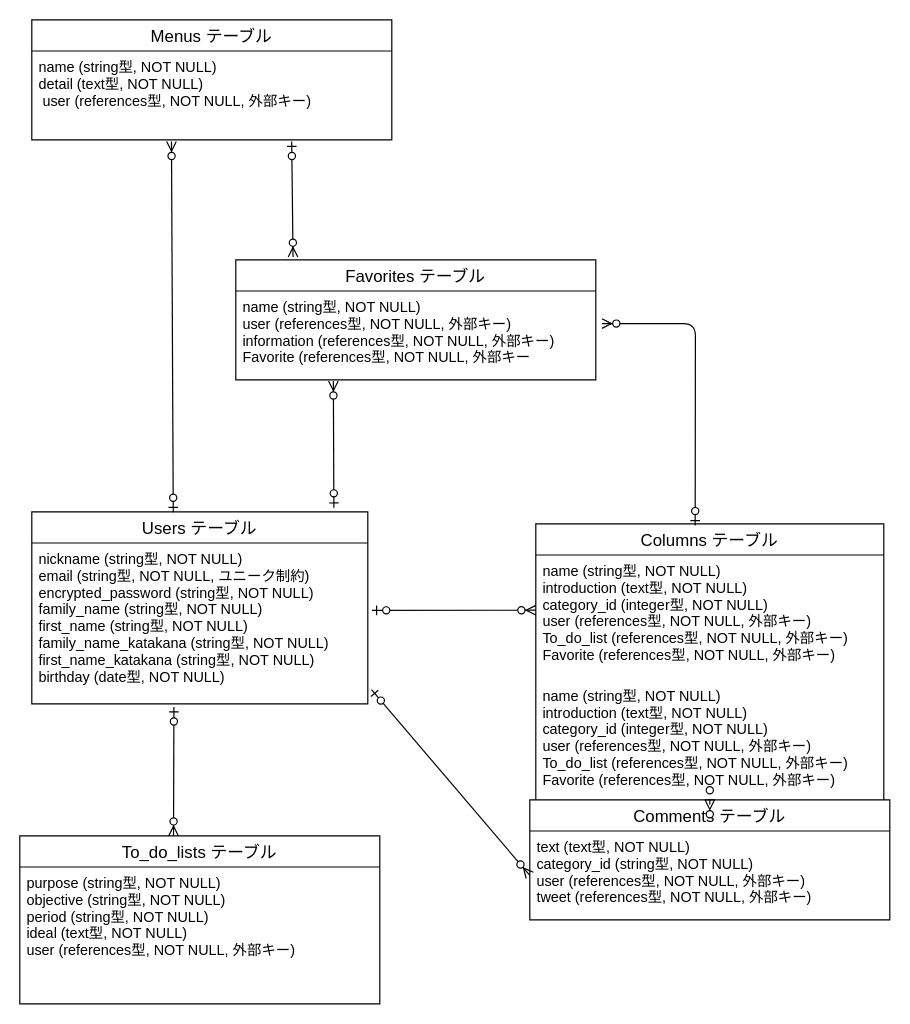
Katsu1001/will-fitness keeps this draw.io diagram as page "ページ2" (2 of 3) of will.dio. Above is the earlier version. Source tidied: cells renumbered, new cells numbered last; positions are measured from the earlier drawing's top-left corner, leaving out a move shared by most shapes. Both pictures are drawn from the tidied source at 120%, with x=0, y=0 at pixel (19, 19).
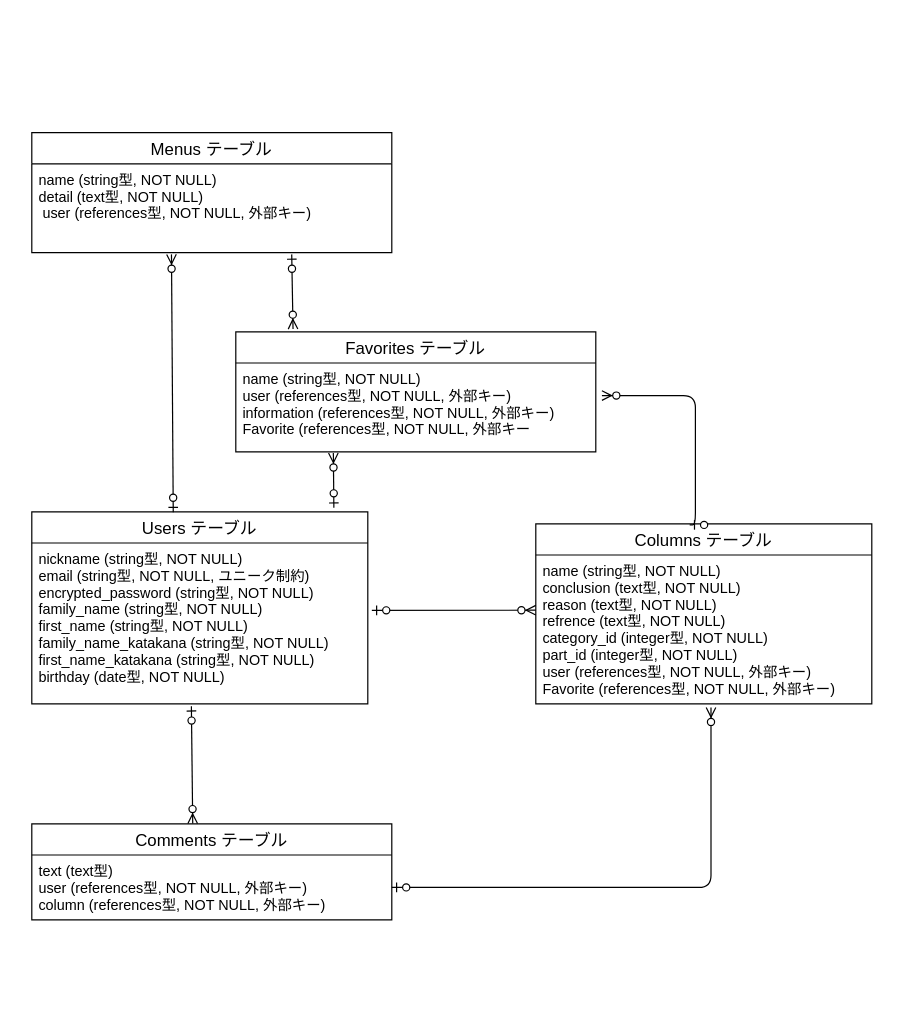
The same page after the edit.

Commit message (it also covers changes not shown here):
ER図とREADME.mdを編集

The change refers to these unchanged cells:
```xml
<mxCell id="2" style="group;" parent="1" vertex="1">
  <mxGeometry width="840" height="820" as="geometry" />
</mxCell>
<mxCell id="17" value="nickname (string型, NOT NULL)&#10;email (string型, NOT NULL, ユニーク制約)&#10;encrypted_password (string型, NOT NULL)&#10;family_name (string型, NOT NULL)&#10;first_name (string型, NOT NULL)&#10;family_name_katakana (string型, NOT NULL)&#10;first_name_katakana (string型, NOT NULL)&#10;birthday (date型, NOT NULL)" style="text;strokeColor=none;fillColor=none;spacingLeft=4;spacingRight=4;overflow=hidden;points=[[0,0.5],[1,0.5]];portConstraint=eastwest;fontSize=12;" parent="2" vertex="1">
  <mxGeometry x="10" y="436" width="280" height="134" as="geometry" />
</mxCell>
```

Change to the diagram source:
```diff
@@
     <mxCell id="3" value="Menus テーブル" style="swimlane;fontStyle=0;horizontal=1;startSize=26;align=center;fontSize=14;" parent="2" vertex="1">
-      <mxGeometry x="10" width="300" height="100" as="geometry" />
+      <mxGeometry x="10" y="94" width="300" height="100" as="geometry" />
     </mxCell>
-    <mxCell id="4" value="name (string型, NOT NULL)&#10;detail (text型, NOT NULL)&#10; user (references型, NOT NULL, 外部キー)" style="text;strokeColor=none;fillColor=none;spacingLeft=4;spacingRight=4;overflow=hidden;points=[[0,0.5],[1,0.5]];portConstraint=eastwest;fontSize=12;" parent="2" vertex="1">
-      <mxGeometry x="10" y="26" width="300" height="74" as="geometry" />
+    <mxCell id="4" value="name (string型, NOT NULL)&#10;detail (text型, NOT NULL)&#10; user (references型, NOT NULL, 外部キー)" style="text;strokeColor=none;fillColor=none;spacingLeft=4;spacingRight=4;overflow=hidden;points=[[0,0.5],[1,0.5]];portConstraint=eastwest;fontSize=12;" parent="3" vertex="1">
+      <mxGeometry y="26" width="300" height="74" as="geometry" />
     </mxCell>
     <mxCell id="5" value="Favorites テーブル" style="swimlane;fontStyle=0;horizontal=1;startSize=26;align=center;fontSize=14;" parent="2" vertex="1">
-      <mxGeometry x="180" y="200" width="300" height="100" as="geometry" />
+      <mxGeometry x="180" y="260" width="300" height="100" as="geometry" />
     </mxCell>
+    <mxCell id="16" value="name (string型, NOT NULL)&#10;user (references型, NOT NULL, 外部キー)&#10;information (references型, NOT NULL, 外部キー)&#10;Favorite (references型, NOT NULL, 外部キー " style="text;strokeColor=none;fillColor=none;spacingLeft=4;spacingRight=4;overflow=hidden;points=[[0,0.5],[1,0.5]];portConstraint=eastwest;fontSize=12;" parent="5" vertex="1">
+      <mxGeometry y="26" width="300" height="74" as="geometry" />
+    </mxCell>
@@
     <mxCell id="9" value="Columns テーブル" style="swimlane;fontStyle=0;horizontal=1;startSize=26;align=center;fontSize=14;" parent="2" vertex="1">
-      <mxGeometry x="430" y="420" width="290" height="234" as="geometry" />
+      <mxGeometry x="430" y="420" width="280" height="150" as="geometry" />
     </mxCell>
-    <mxCell id="10" value="name (string型, NOT NULL)&#10;introduction (text型, NOT NULL)&#10;category_id (integer型, NOT NULL)&#10;user (references型, NOT NULL, 外部キー)&#10;To_do_list (references型, NOT NULL, 外部キー)&#10;Favorite (references型, NOT NULL, 外部キー)" style="text;strokeColor=none;fillColor=none;spacingLeft=4;spacingRight=4;overflow=hidden;points=[[0,0.5],[1,0.5]];portConstraint=eastwest;fontSize=12;" parent="9" vertex="1">
-      <mxGeometry y="26" width="290" height="104" as="geometry" />
+    <mxCell id="10" value="name (string型, NOT NULL)&#10;conclusion (text型, NOT NULL)&#10;reason (text型, NOT NULL)&#10;refrence (text型, NOT NULL)&#10;category_id (integer型, NOT NULL)&#10;part_id (integer型, NOT NULL)&#10;user (references型, NOT NULL, 外部キー)&#10;Favorite (references型, NOT NULL, 外部キー)" style="text;strokeColor=none;fillColor=none;spacingLeft=4;spacingRight=4;overflow=hidden;points=[[0,0.5],[1,0.5]];portConstraint=eastwest;fontSize=12;" parent="9" vertex="1">
+      <mxGeometry y="26" width="280" height="124" as="geometry" />
     </mxCell>
-    <mxCell id="11" value="name (string型, NOT NULL)&#10;introduction (text型, NOT NULL)&#10;category_id (integer型, NOT NULL)&#10;user (references型, NOT NULL, 外部キー)&#10;To_do_list (references型, NOT NULL, 外部キー)&#10;Favorite (references型, NOT NULL, 外部キー)" style="text;strokeColor=none;fillColor=none;spacingLeft=4;spacingRight=4;overflow=hidden;points=[[0,0.5],[1,0.5]];portConstraint=eastwest;fontSize=12;" parent="9" vertex="1">
-      <mxGeometry y="130" width="290" height="104" as="geometry" />
-    </mxCell>
-    <mxCell id="12" value="To_do_lists テーブル" style="swimlane;fontStyle=0;horizontal=1;startSize=26;align=center;fontSize=14;" parent="2" vertex="1">
-      <mxGeometry y="680" width="300" height="140" as="geometry" />
-    </mxCell>
@@
-    <mxCell id="15" style="fontSize=12;html=1;endArrow=ERzeroToMany;startArrow=ERzeroToOne;exitX=0.423;exitY=1.02;exitDx=0;exitDy=0;exitPerimeter=0;entryX=0.427;entryY=0;entryDx=0;entryDy=0;entryPerimeter=0;" parent="2" edge="1" source="17" target="12">
-      <mxGeometry relative="1" as="geometry" />
-    </mxCell>
-    <mxCell id="16" value="name (string型, NOT NULL)&#10;user (references型, NOT NULL, 外部キー)&#10;information (references型, NOT NULL, 外部キー)&#10;Favorite (references型, NOT NULL, 外部キー " style="text;strokeColor=none;fillColor=none;spacingLeft=4;spacingRight=4;overflow=hidden;points=[[0,0.5],[1,0.5]];portConstraint=eastwest;fontSize=12;" parent="2" vertex="1">
-      <mxGeometry x="180" y="226" width="300" height="74" as="geometry" />
-    </mxCell>
@@
-    <mxCell id="19" value="purpose (string型, NOT NULL)&#10;objective (string型, NOT NULL)&#10;period (string型, NOT NULL)&#10;ideal (text型, NOT NULL)&#10;user (references型, NOT NULL, 外部キー)&#10;" style="text;strokeColor=none;fillColor=none;spacingLeft=4;spacingRight=4;overflow=hidden;fontSize=12;" parent="2" vertex="1">
-      <mxGeometry y="706" width="300" height="114" as="geometry" />
-    </mxCell>
     <mxCell id="20" value="Comments テーブル" style="swimlane;fontStyle=0;horizontal=1;startSize=26;align=center;fontSize=14;" parent="2" vertex="1">
-      <mxGeometry x="425" y="650" width="300" height="100" as="geometry" />
+      <mxGeometry x="10" y="670" width="300" height="80" as="geometry" />
     </mxCell>
-    <mxCell id="21" value="text (text型, NOT NULL)&#10;category_id (string型, NOT NULL)&#10;user (references型, NOT NULL, 外部キー)&#10;tweet (references型, NOT NULL, 外部キー)" style="text;strokeColor=none;fillColor=none;spacingLeft=4;spacingRight=4;overflow=hidden;points=[[0,0.5],[1,0.5]];portConstraint=eastwest;fontSize=12;" parent="20" vertex="1">
-      <mxGeometry y="26" width="300" height="74" as="geometry" />
-    </mxCell>
-    <mxCell id="22" style="fontSize=12;html=1;endArrow=ERzeroToMany;startArrow=ERzeroToOne;exitX=1.011;exitY=0.912;exitDx=0;exitDy=0;entryX=0;entryY=0.5;entryDx=0;entryDy=0;exitPerimeter=0;" parent="2" edge="1" source="17" target="21">
-      <mxGeometry relative="1" as="geometry" />
-    </mxCell>
-    <mxCell id="23" style="fontSize=12;html=1;endArrow=ERzeroToMany;startArrow=ERzeroToOne;entryX=0.5;entryY=0;entryDx=0;entryDy=0;" parent="2" edge="1" source="11" target="20">
-      <mxGeometry relative="1" as="geometry" />
-    </mxCell>
+    <mxCell id="24" value="text (text型)&#10;user (references型, NOT NULL, 外部キー)&#10;column (references型, NOT NULL, 外部キー)" style="text;strokeColor=none;fillColor=none;spacingLeft=4;spacingRight=4;overflow=hidden;points=[[0,0.5],[1,0.5]];portConstraint=eastwest;fontSize=12;" parent="20" vertex="1">
+      <mxGeometry y="26" width="300" height="54" as="geometry" />
+    </mxCell>
+    <mxCell id="25" style="fontSize=12;html=1;endArrow=ERzeroToMany;startArrow=ERzeroToOne;entryX=0.447;entryY=-0.003;entryDx=0;entryDy=0;entryPerimeter=0;exitX=0.475;exitY=1.015;exitDx=0;exitDy=0;exitPerimeter=0;" parent="2" edge="1" source="17" target="20">
+      <mxGeometry relative="1" as="geometry" />
+    </mxCell>
+    <mxCell id="26" style="fontSize=12;html=1;endArrow=ERzeroToMany;startArrow=ERzeroToOne;exitX=1;exitY=0.5;exitDx=0;exitDy=0;edgeStyle=elbowEdgeStyle;entryX=0.523;entryY=1.025;entryDx=0;entryDy=0;entryPerimeter=0;" parent="2" edge="1" source="24" target="10">
+      <mxGeometry relative="1" as="geometry">
+        <Array as="points">
+          <mxPoint x="576" y="650" />
+        </Array>
+      </mxGeometry>
+    </mxCell>
```
